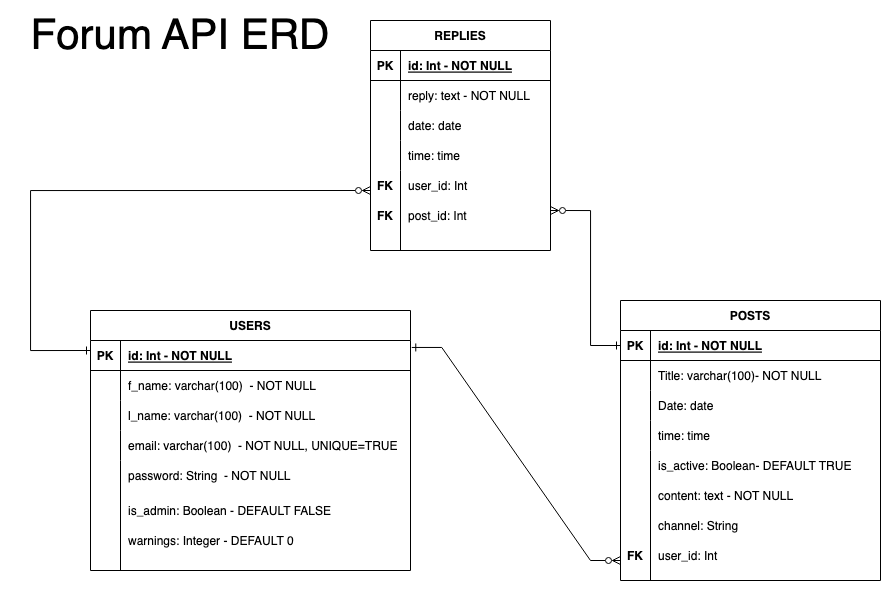
MarioLisbona/CA-T2A2-API-Webserver keeps this draw.io diagram as docs/forum-api-erd.png. Above is the earlier version. Source tidied: cells renumbered, new cells last; positions are measured from the earlier drawing's top-left corner, leaving out a move shared by most shapes. The source it was exported from:
```xml
<mxGraphModel>
  <root>
    <mxCell id="0" />
    <mxCell id="1" parent="0" />
    <mxCell id="2" value="POSTS" style="shape=table;startSize=30;rowLines=0;fontStyle=1;align=center;" parent="1" vertex="1">
      <mxGeometry x="610" y="280" width="260" height="280" as="geometry" />
    </mxCell>
    <mxCell id="3" style="shape=tableRow;horizontal=0;startSize=0;swimlaneHead=0;swimlaneBody=0;fillColor=none;points=[[0,0.5],[1,0.5]];portConstraint=eastwest;top=0;left=0;right=0;bottom=1;" parent="2" vertex="1">
      <mxGeometry y="30" width="260" height="30" as="geometry" />
    </mxCell>
    <mxCell id="4" value="PK" style="shape=partialRectangle;fillColor=none;top=0;left=0;bottom=0;right=0;fontStyle=1;overflow=hidden;" parent="3" vertex="1">
      <mxGeometry width="30" height="30" as="geometry" />
    </mxCell>
    <mxCell id="5" value="id: Int - NOT NULL" style="shape=partialRectangle;fillColor=none;top=0;left=0;bottom=0;right=0;align=left;spacingLeft=6;fontStyle=5;overflow=hidden;" parent="3" vertex="1">
      <mxGeometry x="30" width="230" height="30" as="geometry" />
    </mxCell>
    <mxCell id="6" style="shape=tableRow;horizontal=0;startSize=0;swimlaneHead=0;swimlaneBody=0;fillColor=none;top=0;left=0;right=0;bottom=0;" parent="2" vertex="1">
      <mxGeometry y="60" width="260" height="30" as="geometry" />
    </mxCell>
    <mxCell id="7" style="shape=partialRectangle;fillColor=none;top=0;left=0;bottom=0;right=0;overflow=hidden;" parent="6" vertex="1">
      <mxGeometry width="30" height="30" as="geometry" />
    </mxCell>
    <mxCell id="8" value="Title: varchar(100)- NOT NULL" style="shape=partialRectangle;fillColor=none;top=0;left=0;bottom=0;right=0;align=left;spacingLeft=6;overflow=hidden;" parent="6" vertex="1">
      <mxGeometry x="30" width="230" height="30" as="geometry" />
    </mxCell>
    <mxCell id="9" style="shape=tableRow;horizontal=0;startSize=0;swimlaneHead=0;swimlaneBody=0;fillColor=none;top=0;left=0;right=0;bottom=0;" parent="2" vertex="1">
      <mxGeometry y="90" width="260" height="30" as="geometry" />
    </mxCell>
    <mxCell id="10" style="shape=partialRectangle;fillColor=none;top=0;left=0;bottom=0;right=0;overflow=hidden;" parent="9" vertex="1">
      <mxGeometry width="30" height="30" as="geometry" />
    </mxCell>
    <mxCell id="11" value="Date: date" style="shape=partialRectangle;fillColor=none;top=0;left=0;bottom=0;right=0;align=left;spacingLeft=6;overflow=hidden;" parent="9" vertex="1">
      <mxGeometry x="30" width="230" height="30" as="geometry" />
    </mxCell>
    <mxCell id="12" style="shape=tableRow;horizontal=0;startSize=0;swimlaneHead=0;swimlaneBody=0;fillColor=none;top=0;left=0;right=0;bottom=0;" parent="2" vertex="1">
      <mxGeometry y="120" width="260" height="30" as="geometry" />
    </mxCell>
    <mxCell id="13" style="shape=partialRectangle;fillColor=none;top=0;left=0;bottom=0;right=0;overflow=hidden;" parent="12" vertex="1">
      <mxGeometry width="30" height="30" as="geometry" />
    </mxCell>
    <mxCell id="14" value="time: time" style="shape=partialRectangle;fillColor=none;top=0;left=0;bottom=0;right=0;align=left;spacingLeft=6;overflow=hidden;" parent="12" vertex="1">
      <mxGeometry x="30" width="230" height="30" as="geometry" />
    </mxCell>
    <mxCell id="15" value="USERS" style="shape=table;startSize=30;rowLines=0;fontStyle=1;align=center;" parent="1" vertex="1">
      <mxGeometry x="80" y="290" width="320" height="260" as="geometry" />
    </mxCell>
    <mxCell id="16" style="shape=tableRow;horizontal=0;startSize=0;swimlaneHead=0;swimlaneBody=0;fillColor=none;points=[[0,0.5],[1,0.5]];portConstraint=eastwest;top=0;left=0;right=0;bottom=1;" parent="15" vertex="1">
      <mxGeometry y="30" width="320" height="30" as="geometry" />
    </mxCell>
    <mxCell id="17" value="PK" style="shape=partialRectangle;fillColor=none;top=0;left=0;bottom=0;right=0;fontStyle=1;overflow=hidden;" parent="16" vertex="1">
      <mxGeometry width="30" height="30" as="geometry" />
    </mxCell>
    <mxCell id="18" value="id: Int - NOT NULL" style="shape=partialRectangle;fillColor=none;top=0;left=0;bottom=0;right=0;align=left;spacingLeft=6;fontStyle=5;overflow=hidden;" parent="16" vertex="1">
      <mxGeometry x="30" width="290" height="30" as="geometry" />
    </mxCell>
    <mxCell id="19" style="shape=tableRow;horizontal=0;startSize=0;swimlaneHead=0;swimlaneBody=0;fillColor=none;top=0;left=0;right=0;bottom=0;" parent="15" vertex="1">
      <mxGeometry y="60" width="320" height="30" as="geometry" />
    </mxCell>
    <mxCell id="20" style="shape=partialRectangle;fillColor=none;top=0;left=0;bottom=0;right=0;overflow=hidden;" parent="19" vertex="1">
      <mxGeometry width="30" height="30" as="geometry" />
    </mxCell>
    <mxCell id="21" value="f_name: varchar(100)  - NOT NULL" style="shape=partialRectangle;fillColor=none;top=0;left=0;bottom=0;right=0;align=left;spacingLeft=6;overflow=hidden;" parent="19" vertex="1">
      <mxGeometry x="30" width="290" height="30" as="geometry" />
    </mxCell>
    <mxCell id="22" style="shape=tableRow;horizontal=0;startSize=0;swimlaneHead=0;swimlaneBody=0;fillColor=none;top=0;left=0;right=0;bottom=0;" parent="15" vertex="1">
      <mxGeometry y="90" width="320" height="30" as="geometry" />
    </mxCell>
    <mxCell id="23" style="shape=partialRectangle;fillColor=none;top=0;left=0;bottom=0;right=0;overflow=hidden;" parent="22" vertex="1">
      <mxGeometry width="30" height="30" as="geometry" />
    </mxCell>
    <mxCell id="24" value="l_name: varchar(100)  - NOT NULL" style="shape=partialRectangle;fillColor=none;top=0;left=0;bottom=0;right=0;align=left;spacingLeft=6;overflow=hidden;" parent="22" vertex="1">
      <mxGeometry x="30" width="290" height="30" as="geometry" />
    </mxCell>
    <mxCell id="25" style="shape=tableRow;horizontal=0;startSize=0;swimlaneHead=0;swimlaneBody=0;fillColor=none;top=0;left=0;right=0;bottom=0;" parent="15" vertex="1">
      <mxGeometry y="120" width="320" height="30" as="geometry" />
    </mxCell>
    <mxCell id="26" style="shape=partialRectangle;fillColor=none;top=0;left=0;bottom=0;right=0;overflow=hidden;" parent="25" vertex="1">
      <mxGeometry width="30" height="30" as="geometry" />
    </mxCell>
    <mxCell id="27" value="email: varchar(100)  - NOT NULL, UNIQUE=TRUE" style="shape=partialRectangle;fillColor=none;top=0;left=0;bottom=0;right=0;align=left;spacingLeft=6;overflow=hidden;" parent="25" vertex="1">
      <mxGeometry x="30" width="290" height="30" as="geometry" />
    </mxCell>
    <mxCell id="28" value="is_admin: Boolean - DEFAULT FALSE" style="shape=partialRectangle;fillColor=none;top=0;left=0;bottom=0;right=0;align=left;spacingLeft=6;overflow=hidden;" parent="1" vertex="1">
      <mxGeometry x="110" y="475" width="220" height="30" as="geometry" />
    </mxCell>
    <mxCell id="29" style="shape=tableRow;horizontal=0;startSize=0;swimlaneHead=0;swimlaneBody=0;fillColor=none;top=0;left=0;right=0;bottom=0;" parent="1" vertex="1">
      <mxGeometry x="140" y="420" width="180" height="30" as="geometry" />
    </mxCell>
    <mxCell id="30" style="shape=partialRectangle;fillColor=none;top=0;left=0;bottom=0;right=0;overflow=hidden;" parent="29" vertex="1">
      <mxGeometry width="30" height="30" as="geometry" />
    </mxCell>
    <mxCell id="31" value="password: String  - NOT NULL" style="shape=partialRectangle;fillColor=none;top=0;left=0;bottom=0;right=0;align=left;spacingLeft=6;overflow=hidden;" parent="1" vertex="1">
      <mxGeometry x="110" y="440" width="190" height="30" as="geometry" />
    </mxCell>
    <mxCell id="32" style="edgeStyle=entityRelationEdgeStyle;fontSize=12;html=1;endArrow=ERzeroToMany;rounded=0;startArrow=ERone;startFill=0;exitX=1.004;exitY=0.232;exitDx=0;exitDy=0;exitPerimeter=0;endFill=0;" parent="1" edge="1" source="16">
      <mxGeometry relative="1" as="geometry">
        <mxPoint x="610" y="540" as="targetPoint" />
      </mxGeometry>
    </mxCell>
    <mxCell id="33" value="content: text - NOT NULL" style="shape=partialRectangle;fillColor=none;top=0;left=0;bottom=0;right=0;align=left;spacingLeft=6;overflow=hidden;" parent="1" vertex="1">
      <mxGeometry x="640" y="460" width="150" height="30" as="geometry" />
    </mxCell>
    <mxCell id="34" value="FK" style="shape=partialRectangle;fillColor=none;top=0;left=0;bottom=0;right=0;fontStyle=1;overflow=hidden;" parent="1" vertex="1">
      <mxGeometry x="610" y="520" width="30" height="30" as="geometry" />
    </mxCell>
    <mxCell id="35" style="endArrow=none;html=1;rounded=0;" parent="1" edge="1">
      <mxGeometry relative="1" as="geometry">
        <mxPoint x="640" y="560" as="sourcePoint" />
        <mxPoint x="640" y="430" as="targetPoint" />
      </mxGeometry>
    </mxCell>
    <mxCell id="36" style="endArrow=none;html=1;rounded=0;" parent="1" edge="1">
      <mxGeometry relative="1" as="geometry">
        <mxPoint x="110" y="550" as="sourcePoint" />
        <mxPoint x="110" y="440" as="targetPoint" />
      </mxGeometry>
    </mxCell>
    <mxCell id="37" value="REPLIES" style="shape=table;startSize=30;rowLines=0;fontStyle=1;align=center;" parent="1" vertex="1">
      <mxGeometry x="360" width="180" height="230" as="geometry" />
    </mxCell>
    <mxCell id="38" style="shape=tableRow;horizontal=0;startSize=0;swimlaneHead=0;swimlaneBody=0;fillColor=none;top=0;left=0;right=0;bottom=1;" parent="37" vertex="1">
      <mxGeometry y="30" width="180" height="30" as="geometry" />
    </mxCell>
    <mxCell id="39" value="PK" style="shape=partialRectangle;fillColor=none;top=0;left=0;bottom=0;right=0;fontStyle=1;overflow=hidden;" parent="38" vertex="1">
      <mxGeometry width="30" height="30" as="geometry" />
    </mxCell>
    <mxCell id="40" value="id: Int - NOT NULL" style="shape=partialRectangle;fillColor=none;top=0;left=0;bottom=0;right=0;align=left;spacingLeft=6;fontStyle=5;overflow=hidden;" parent="38" vertex="1">
      <mxGeometry x="30" width="150" height="30" as="geometry" />
    </mxCell>
    <mxCell id="41" style="shape=tableRow;horizontal=0;startSize=0;swimlaneHead=0;swimlaneBody=0;fillColor=none;top=0;left=0;right=0;bottom=0;" parent="37" vertex="1">
      <mxGeometry y="60" width="180" height="30" as="geometry" />
    </mxCell>
    <mxCell id="42" style="shape=partialRectangle;fillColor=none;top=0;left=0;bottom=0;right=0;overflow=hidden;" parent="41" vertex="1">
      <mxGeometry width="30" height="30" as="geometry" />
    </mxCell>
    <mxCell id="43" value="reply: text - NOT NULL" style="shape=partialRectangle;fillColor=none;top=0;left=0;bottom=0;right=0;align=left;spacingLeft=6;overflow=hidden;" parent="41" vertex="1">
      <mxGeometry x="30" width="150" height="30" as="geometry" />
    </mxCell>
    <mxCell id="44" style="shape=tableRow;horizontal=0;startSize=0;swimlaneHead=0;swimlaneBody=0;fillColor=none;top=0;left=0;right=0;bottom=0;" parent="37" vertex="1">
      <mxGeometry y="90" width="180" height="30" as="geometry" />
    </mxCell>
    <mxCell id="45" style="shape=partialRectangle;fillColor=none;top=0;left=0;bottom=0;right=0;overflow=hidden;" parent="44" vertex="1">
      <mxGeometry width="30" height="30" as="geometry" />
    </mxCell>
    <mxCell id="46" value="date: date" style="shape=partialRectangle;fillColor=none;top=0;left=0;bottom=0;right=0;align=left;spacingLeft=6;overflow=hidden;" parent="44" vertex="1">
      <mxGeometry x="30" width="150" height="30" as="geometry" />
    </mxCell>
    <mxCell id="47" style="shape=tableRow;horizontal=0;startSize=0;swimlaneHead=0;swimlaneBody=0;fillColor=none;top=0;left=0;right=0;bottom=0;" parent="37" vertex="1">
      <mxGeometry y="120" width="180" height="30" as="geometry" />
    </mxCell>
    <mxCell id="48" style="shape=partialRectangle;fillColor=none;top=0;left=0;bottom=0;right=0;overflow=hidden;" parent="47" vertex="1">
      <mxGeometry width="30" height="30" as="geometry" />
    </mxCell>
    <mxCell id="49" value="time: time" style="shape=partialRectangle;fillColor=none;top=0;left=0;bottom=0;right=0;align=left;spacingLeft=6;overflow=hidden;" parent="47" vertex="1">
      <mxGeometry x="30" width="150" height="30" as="geometry" />
    </mxCell>
    <mxCell id="50" style="edgeStyle=orthogonalEdgeStyle;fontSize=12;html=1;endArrow=ERzeroToMany;rounded=0;startArrow=ERone;startFill=0;elbow=vertical;endFill=0;" parent="1" edge="1">
      <mxGeometry relative="1" as="geometry">
        <mxPoint x="80" y="330" as="sourcePoint" />
        <mxPoint x="360" y="170" as="targetPoint" />
        <Array as="points">
          <mxPoint x="80" y="330" />
          <mxPoint x="20" y="330" />
          <mxPoint x="20" y="170" />
        </Array>
      </mxGeometry>
    </mxCell>
    <mxCell id="51" style="edgeStyle=orthogonalEdgeStyle;fontSize=12;html=1;endArrow=ERzeroToMany;rounded=0;exitX=0;exitY=0.5;exitDx=0;exitDy=0;startArrow=ERone;startFill=0;endFill=0;" parent="1" edge="1" source="3">
      <mxGeometry relative="1" as="geometry">
        <mxPoint x="540" y="190" as="targetPoint" />
        <Array as="points">
          <mxPoint x="580" y="325" />
          <mxPoint x="580" y="190" />
        </Array>
      </mxGeometry>
    </mxCell>
    <mxCell id="52" value="FK" style="shape=partialRectangle;fillColor=none;top=0;left=0;bottom=0;right=0;fontStyle=1;overflow=hidden;" parent="1" vertex="1">
      <mxGeometry x="360" y="180" width="30" height="30" as="geometry" />
    </mxCell>
    <mxCell id="53" value="FK" style="shape=partialRectangle;fillColor=none;top=0;left=0;bottom=0;right=0;fontStyle=1;overflow=hidden;" parent="1" vertex="1">
      <mxGeometry x="360" y="150" width="30" height="30" as="geometry" />
    </mxCell>
    <mxCell id="54" value="user_id: Int" style="shape=partialRectangle;fillColor=none;top=0;left=0;bottom=0;right=0;align=left;spacingLeft=6;overflow=hidden;" parent="1" vertex="1">
      <mxGeometry x="390" y="150" width="150" height="30" as="geometry" />
    </mxCell>
    <mxCell id="55" value="post_id: Int" style="shape=partialRectangle;fillColor=none;top=0;left=0;bottom=0;right=0;align=left;spacingLeft=6;overflow=hidden;" parent="1" vertex="1">
      <mxGeometry x="390" y="180" width="150" height="30" as="geometry" />
    </mxCell>
    <mxCell id="56" value="&lt;font style=&quot;font-size: 42px;&quot;&gt;Forum API ERD&lt;/font&gt;" style="text;html=1;strokeColor=none;fillColor=none;align=center;verticalAlign=middle;whiteSpace=wrap;rounded=0;" parent="1" vertex="1">
      <mxGeometry width="340" height="30" as="geometry" />
    </mxCell>
    <mxCell id="57" value="channel: String" style="shape=partialRectangle;fillColor=none;top=0;left=0;bottom=0;right=0;align=left;spacingLeft=6;overflow=hidden;" parent="1" vertex="1">
      <mxGeometry x="640" y="490" width="150" height="30" as="geometry" />
    </mxCell>
    <mxCell id="58" style="endArrow=none;html=1;rounded=0;fontSize=42;elbow=vertical;" parent="1" edge="1">
      <mxGeometry relative="1" as="geometry">
        <mxPoint x="390" y="230" as="sourcePoint" />
        <mxPoint x="390" y="150" as="targetPoint" />
      </mxGeometry>
    </mxCell>
    <mxCell id="59" value="user_id: Int" style="shape=partialRectangle;fillColor=none;top=0;left=0;bottom=0;right=0;align=left;spacingLeft=6;overflow=hidden;" parent="1" vertex="1">
      <mxGeometry x="640" y="520" width="150" height="30" as="geometry" />
    </mxCell>
    <mxCell id="60" value="warnings: Integer - DEFAULT 0" style="shape=partialRectangle;fillColor=none;top=0;left=0;bottom=0;right=0;align=left;spacingLeft=6;overflow=hidden;" parent="1" vertex="1">
      <mxGeometry x="110" y="505" width="220" height="30" as="geometry" />
    </mxCell>
    <mxCell id="61" value="is_active: Boolean- DEFAULT TRUE" style="shape=partialRectangle;fillColor=none;top=0;left=0;bottom=0;right=0;align=left;spacingLeft=6;overflow=hidden;" parent="1" vertex="1">
      <mxGeometry x="640" y="430" width="230" height="30" as="geometry" />
    </mxCell>
  </root>
</mxGraphModel>
```
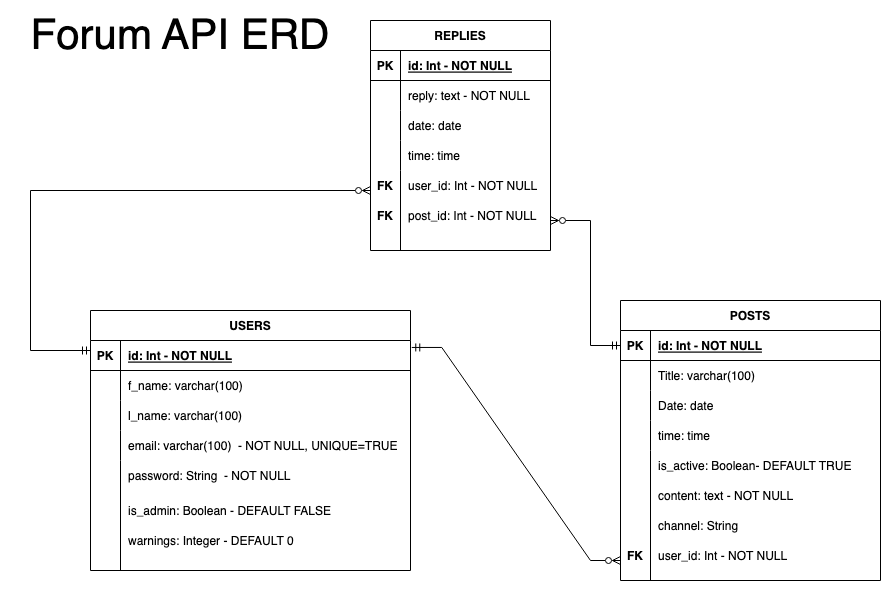
The same file after the commit.

Commit message:
Update ERD and finish README

What changed in the source:
```diff
@@ -20,7 +20,7 @@
     <mxCell id="7" style="shape=partialRectangle;fillColor=none;top=0;left=0;bottom=0;right=0;overflow=hidden;" parent="6" vertex="1">
       <mxGeometry width="30" height="30" as="geometry" />
     </mxCell>
-    <mxCell id="8" value="Title: varchar(100)- NOT NULL" style="shape=partialRectangle;fillColor=none;top=0;left=0;bottom=0;right=0;align=left;spacingLeft=6;overflow=hidden;" parent="6" vertex="1">
+    <mxCell id="8" value="Title: varchar(100)" style="shape=partialRectangle;fillColor=none;top=0;left=0;bottom=0;right=0;align=left;spacingLeft=6;overflow=hidden;" parent="6" vertex="1">
       <mxGeometry x="30" width="230" height="30" as="geometry" />
     </mxCell>
     <mxCell id="9" style="shape=tableRow;horizontal=0;startSize=0;swimlaneHead=0;swimlaneBody=0;fillColor=none;top=0;left=0;right=0;bottom=0;" parent="2" vertex="1">
@@ -59,7 +59,7 @@
     <mxCell id="20" style="shape=partialRectangle;fillColor=none;top=0;left=0;bottom=0;right=0;overflow=hidden;" parent="19" vertex="1">
       <mxGeometry width="30" height="30" as="geometry" />
     </mxCell>
-    <mxCell id="21" value="f_name: varchar(100)  - NOT NULL" style="shape=partialRectangle;fillColor=none;top=0;left=0;bottom=0;right=0;align=left;spacingLeft=6;overflow=hidden;" parent="19" vertex="1">
+    <mxCell id="21" value="f_name: varchar(100)" style="shape=partialRectangle;fillColor=none;top=0;left=0;bottom=0;right=0;align=left;spacingLeft=6;overflow=hidden;" parent="19" vertex="1">
       <mxGeometry x="30" width="290" height="30" as="geometry" />
     </mxCell>
     <mxCell id="22" style="shape=tableRow;horizontal=0;startSize=0;swimlaneHead=0;swimlaneBody=0;fillColor=none;top=0;left=0;right=0;bottom=0;" parent="15" vertex="1">
@@ -68,7 +68,7 @@
     <mxCell id="23" style="shape=partialRectangle;fillColor=none;top=0;left=0;bottom=0;right=0;overflow=hidden;" parent="22" vertex="1">
       <mxGeometry width="30" height="30" as="geometry" />
     </mxCell>
-    <mxCell id="24" value="l_name: varchar(100)  - NOT NULL" style="shape=partialRectangle;fillColor=none;top=0;left=0;bottom=0;right=0;align=left;spacingLeft=6;overflow=hidden;" parent="22" vertex="1">
+    <mxCell id="24" value="l_name: varchar(100)" style="shape=partialRectangle;fillColor=none;top=0;left=0;bottom=0;right=0;align=left;spacingLeft=6;overflow=hidden;" parent="22" vertex="1">
       <mxGeometry x="30" width="290" height="30" as="geometry" />
     </mxCell>
     <mxCell id="25" style="shape=tableRow;horizontal=0;startSize=0;swimlaneHead=0;swimlaneBody=0;fillColor=none;top=0;left=0;right=0;bottom=0;" parent="15" vertex="1">
@@ -92,7 +92,7 @@
     <mxCell id="31" value="password: String  - NOT NULL" style="shape=partialRectangle;fillColor=none;top=0;left=0;bottom=0;right=0;align=left;spacingLeft=6;overflow=hidden;" parent="1" vertex="1">
       <mxGeometry x="110" y="440" width="190" height="30" as="geometry" />
     </mxCell>
-    <mxCell id="32" style="edgeStyle=entityRelationEdgeStyle;fontSize=12;html=1;endArrow=ERzeroToMany;rounded=0;startArrow=ERone;startFill=0;exitX=1.004;exitY=0.232;exitDx=0;exitDy=0;exitPerimeter=0;endFill=0;" parent="1" edge="1" source="16">
+    <mxCell id="32" style="edgeStyle=entityRelationEdgeStyle;fontSize=12;html=1;endArrow=ERzeroToMany;rounded=0;startArrow=ERmandOne;startFill=0;exitX=1.004;exitY=0.232;exitDx=0;exitDy=0;exitPerimeter=0;endFill=0;" parent="1" edge="1" source="16">
       <mxGeometry relative="1" as="geometry">
         <mxPoint x="610" y="540" as="targetPoint" />
       </mxGeometry>
@@ -154,7 +154,7 @@
     <mxCell id="49" value="time: time" style="shape=partialRectangle;fillColor=none;top=0;left=0;bottom=0;right=0;align=left;spacingLeft=6;overflow=hidden;" parent="47" vertex="1">
       <mxGeometry x="30" width="150" height="30" as="geometry" />
     </mxCell>
-    <mxCell id="50" style="edgeStyle=orthogonalEdgeStyle;fontSize=12;html=1;endArrow=ERzeroToMany;rounded=0;startArrow=ERone;startFill=0;elbow=vertical;endFill=0;" parent="1" edge="1">
+    <mxCell id="50" style="edgeStyle=orthogonalEdgeStyle;fontSize=12;html=1;endArrow=ERzeroToMany;rounded=0;startArrow=ERmandOne;startFill=0;elbow=vertical;endFill=0;" parent="1" edge="1">
       <mxGeometry relative="1" as="geometry">
         <mxPoint x="80" y="330" as="sourcePoint" />
         <mxPoint x="360" y="170" as="targetPoint" />
@@ -165,12 +165,12 @@
         </Array>
       </mxGeometry>
     </mxCell>
-    <mxCell id="51" style="edgeStyle=orthogonalEdgeStyle;fontSize=12;html=1;endArrow=ERzeroToMany;rounded=0;exitX=0;exitY=0.5;exitDx=0;exitDy=0;startArrow=ERone;startFill=0;endFill=0;" parent="1" edge="1" source="3">
+    <mxCell id="51" style="edgeStyle=orthogonalEdgeStyle;fontSize=12;html=1;endArrow=ERzeroToMany;rounded=0;exitX=0;exitY=0.5;exitDx=0;exitDy=0;startArrow=ERmandOne;startFill=0;endFill=0;" parent="1" edge="1" source="3">
       <mxGeometry relative="1" as="geometry">
-        <mxPoint x="540" y="190" as="targetPoint" />
+        <mxPoint x="540" y="200" as="targetPoint" />
         <Array as="points">
           <mxPoint x="580" y="325" />
-          <mxPoint x="580" y="190" />
+          <mxPoint x="580" y="200" />
         </Array>
       </mxGeometry>
     </mxCell>
@@ -180,10 +180,10 @@
     <mxCell id="53" value="FK" style="shape=partialRectangle;fillColor=none;top=0;left=0;bottom=0;right=0;fontStyle=1;overflow=hidden;" parent="1" vertex="1">
       <mxGeometry x="360" y="150" width="30" height="30" as="geometry" />
     </mxCell>
-    <mxCell id="54" value="user_id: Int" style="shape=partialRectangle;fillColor=none;top=0;left=0;bottom=0;right=0;align=left;spacingLeft=6;overflow=hidden;" parent="1" vertex="1">
+    <mxCell id="54" value="user_id: Int - NOT NULL" style="shape=partialRectangle;fillColor=none;top=0;left=0;bottom=0;right=0;align=left;spacingLeft=6;overflow=hidden;" parent="1" vertex="1">
       <mxGeometry x="390" y="150" width="150" height="30" as="geometry" />
     </mxCell>
-    <mxCell id="55" value="post_id: Int" style="shape=partialRectangle;fillColor=none;top=0;left=0;bottom=0;right=0;align=left;spacingLeft=6;overflow=hidden;" parent="1" vertex="1">
+    <mxCell id="55" value="post_id: Int - NOT NULL" style="shape=partialRectangle;fillColor=none;top=0;left=0;bottom=0;right=0;align=left;spacingLeft=6;overflow=hidden;" parent="1" vertex="1">
       <mxGeometry x="390" y="180" width="150" height="30" as="geometry" />
     </mxCell>
     <mxCell id="56" value="&lt;font style=&quot;font-size: 42px;&quot;&gt;Forum API ERD&lt;/font&gt;" style="text;html=1;strokeColor=none;fillColor=none;align=center;verticalAlign=middle;whiteSpace=wrap;rounded=0;" parent="1" vertex="1">
@@ -198,7 +198,7 @@
         <mxPoint x="390" y="150" as="targetPoint" />
       </mxGeometry>
     </mxCell>
-    <mxCell id="59" value="user_id: Int" style="shape=partialRectangle;fillColor=none;top=0;left=0;bottom=0;right=0;align=left;spacingLeft=6;overflow=hidden;" parent="1" vertex="1">
+    <mxCell id="59" value="user_id: Int - NOT NULL" style="shape=partialRectangle;fillColor=none;top=0;left=0;bottom=0;right=0;align=left;spacingLeft=6;overflow=hidden;" parent="1" vertex="1">
       <mxGeometry x="640" y="520" width="150" height="30" as="geometry" />
     </mxCell>
     <mxCell id="60" value="warnings: Integer - DEFAULT 0" style="shape=partialRectangle;fillColor=none;top=0;left=0;bottom=0;right=0;align=left;spacingLeft=6;overflow=hidden;" parent="1" vertex="1">
```
